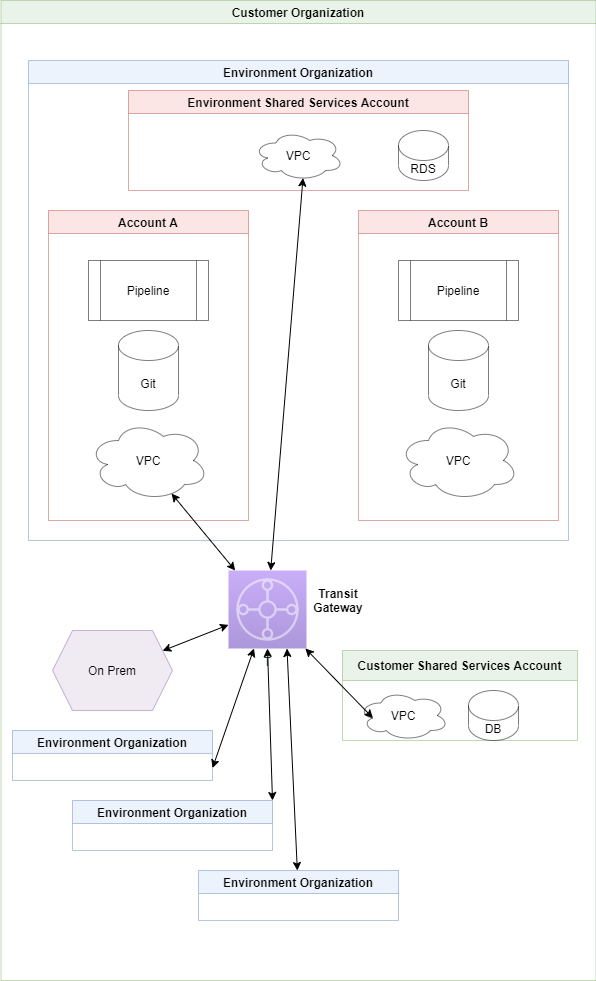
This is docs/images/ImmutablePipeline-Page-4.png from guzmonne/organizations-stack, a draw.io export, as it was before one commit. Source tidied: cells renumbered, new cells last; positions are measured from the earlier drawing's top-left corner, leaving out a move shared by most shapes.
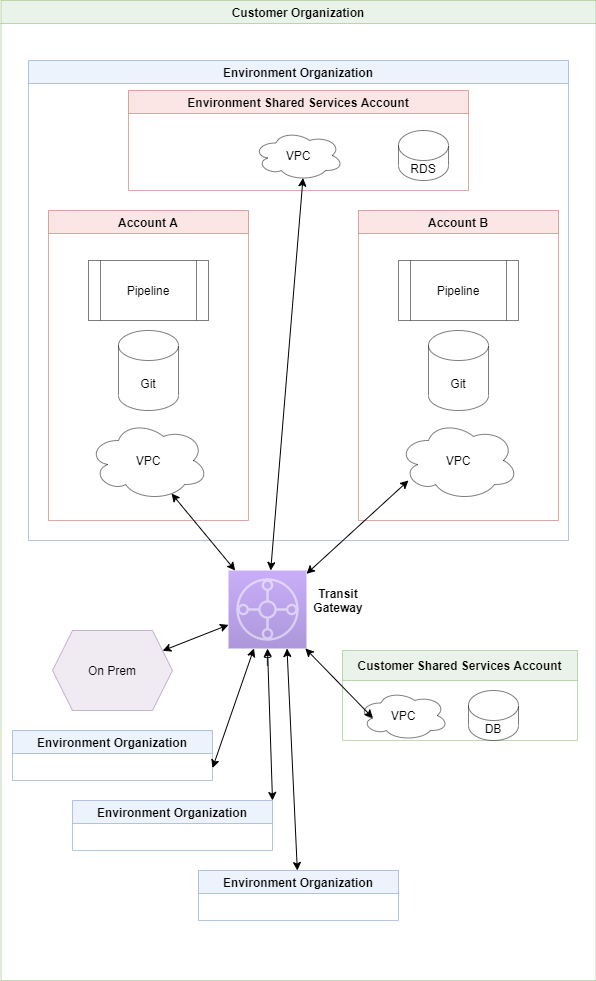
Above is the later version.

What changed in the source:
```diff
@@ -95,5 +95,8 @@
     <mxCell id="32" style="endArrow=classic;startArrow=classic;html=1;exitX=0.55;exitY=0.95;exitDx=0;exitDy=0;exitPerimeter=0;" parent="1" edge="1" source="15" target="24">
       <mxGeometry relative="1" as="geometry" />
     </mxCell>
+    <mxCell id="33" style="endArrow=classic;startArrow=classic;html=1;entryX=0.083;entryY=0.75;entryDx=0;entryDy=0;entryPerimeter=0;" parent="1" edge="1" source="24" target="11">
+      <mxGeometry relative="1" as="geometry" />
+    </mxCell>
   </root>
 </mxGraphModel>
```
